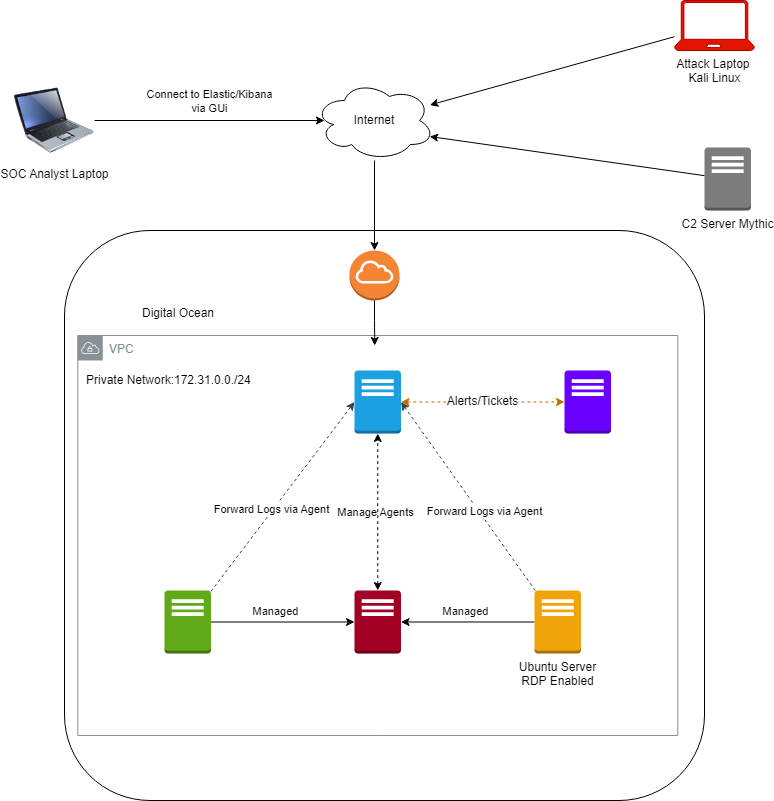
The draw.io diagram Day 1 - How to Create a Logical Diagram/30Day-SOC-Challenge-Diagram.png in layraz/30-Day-SOC-Analyst-Challenge, before a commit. Source tidied: cells renumbered, new cells last; positions are measured from the earlier drawing's top-left corner, leaving out a move shared by most shapes. Source of this version:
```xml
<mxGraphModel>
  <root>
    <mxCell id="0" />
    <mxCell id="1" parent="0" />
    <mxCell id="2" style="rounded=1;whiteSpace=wrap;html=1;" parent="1" vertex="1">
      <mxGeometry x="50" y="230" width="640" height="570" as="geometry" />
    </mxCell>
    <mxCell id="3" value="&lt;p&gt;Elastic and Kibana&lt;/p&gt;&lt;div&gt;&lt;br&gt;&lt;/div&gt;" style="outlineConnect=0;dashed=0;verticalLabelPosition=bottom;verticalAlign=top;align=center;html=1;shape=mxgraph.aws3.traditional_server;fillColor=#1ba1e2;fontColor=light-dark(#FFFFFF,#FFFFFF);strokeColor=#006EAF;" parent="1" vertex="1">
      <mxGeometry x="340" y="370" width="46.5" height="63" as="geometry" />
    </mxCell>
    <mxCell id="4" style="edgeStyle=orthogonalEdgeStyle;rounded=0;jettySize=auto;html=1;startArrow=classic;startFill=1;dashed=1;strokeColor=light-dark(#000000,#B3FF66);" parent="1" edge="1" source="6" target="3">
      <mxGeometry relative="1" as="geometry" />
    </mxCell>
    <mxCell id="5" value="Manage Agents&lt;div&gt;&lt;br&gt;&lt;/div&gt;" style="edgeLabel;html=1;align=center;verticalAlign=middle;labelBackgroundColor=none;" parent="4" vertex="1">
      <mxGeometry x="-0.09" y="-2" relative="1" as="geometry">
        <mxPoint x="-5" as="offset" />
      </mxGeometry>
    </mxCell>
    <mxCell id="6" value="Fleet Servers" style="outlineConnect=0;dashed=0;verticalLabelPosition=bottom;verticalAlign=top;align=center;html=1;shape=mxgraph.aws3.traditional_server;fillColor=#a20025;fontColor=light-dark(#FFFFFF,#FFFFFF);strokeColor=#6F0000;" parent="1" vertex="1">
      <mxGeometry x="340" y="590" width="46.5" height="63" as="geometry" />
    </mxCell>
    <mxCell id="7" style="rounded=0;jettySize=auto;html=1;entryX=1;entryY=0.5;entryDx=0;entryDy=0;entryPerimeter=0;dashed=1;fillColor=#647687;strokeColor=#314354;" parent="1" edge="1" source="10" target="3">
      <mxGeometry relative="1" as="geometry" />
    </mxCell>
    <mxCell id="8" style="edgeStyle=orthogonalEdgeStyle;rounded=0;jettySize=auto;html=1;exitX=0;exitY=0.5;exitDx=0;exitDy=0;exitPerimeter=0;" parent="1" edge="1" source="10" target="6">
      <mxGeometry relative="1" as="geometry" />
    </mxCell>
    <mxCell id="9" value="Managed" style="edgeLabel;html=1;align=center;verticalAlign=middle;" parent="8" vertex="1">
      <mxGeometry x="0.18" y="2" relative="1" as="geometry">
        <mxPoint x="9" y="-13" as="offset" />
      </mxGeometry>
    </mxCell>
    <mxCell id="10" value="Ubuntu Server&lt;br&gt;RDP Enabled&lt;div&gt;&lt;br&gt;&lt;/div&gt;" style="outlineConnect=0;dashed=0;verticalLabelPosition=bottom;verticalAlign=top;align=center;html=1;shape=mxgraph.aws3.traditional_server;fillColor=#f0a30a;fontColor=#000000;strokeColor=#BD7000;" parent="1" vertex="1">
      <mxGeometry x="520" y="590" width="46.5" height="63" as="geometry" />
    </mxCell>
    <mxCell id="11" style="edgeStyle=orthogonalEdgeStyle;rounded=0;jettySize=auto;html=1;" parent="1" edge="1" source="13" target="6">
      <mxGeometry relative="1" as="geometry" />
    </mxCell>
    <mxCell id="12" value="Managed" style="edgeLabel;html=1;align=center;verticalAlign=middle;" parent="11" vertex="1">
      <mxGeometry x="-0.25" y="-1" relative="1" as="geometry">
        <mxPoint x="10" y="-12" as="offset" />
      </mxGeometry>
    </mxCell>
    <mxCell id="13" value="Windows Server &lt;br&gt;RDP Enabled" style="outlineConnect=0;dashed=0;verticalLabelPosition=bottom;verticalAlign=top;align=center;html=1;shape=mxgraph.aws3.traditional_server;fillColor=#60a917;fontColor=light-dark(#FFFFFF,#FFFFFF);strokeColor=#2D7600;" parent="1" vertex="1">
      <mxGeometry x="150" y="590" width="46.5" height="63" as="geometry" />
    </mxCell>
    <mxCell id="14" value="C2 Server Mythic" style="outlineConnect=0;dashed=0;verticalLabelPosition=bottom;verticalAlign=top;align=center;html=1;shape=mxgraph.aws3.traditional_server;fillColor=light-dark(#7D7C7C,#CC0000);gradientColor=none;" parent="1" vertex="1">
      <mxGeometry x="690" y="147" width="46.5" height="63" as="geometry" />
    </mxCell>
    <mxCell id="15" value="Ticket Server" style="outlineConnect=0;dashed=0;verticalLabelPosition=bottom;verticalAlign=top;align=center;html=1;shape=mxgraph.aws3.traditional_server;fillColor=#6a00ff;fontColor=light-dark(#FFFFFF,#FFFFFF);strokeColor=#3700CC;labelBackgroundColor=none;labelBorderColor=none;textShadow=0;" parent="1" vertex="1">
      <mxGeometry x="550" y="370" width="46.5" height="63" as="geometry" />
    </mxCell>
    <mxCell id="16" value="Digital Ocean&lt;div&gt;&lt;br&gt;&lt;/div&gt;" style="text;html=1;whiteSpace=wrap;strokeColor=none;fillColor=none;align=center;verticalAlign=middle;rounded=0;" parent="1" vertex="1">
      <mxGeometry x="113.5" y="305" width="100" height="30" as="geometry" />
    </mxCell>
    <mxCell id="17" style="edgeStyle=orthogonalEdgeStyle;rounded=0;jettySize=auto;html=1;exitX=1;exitY=0.5;exitDx=0;exitDy=0;exitPerimeter=0;entryX=0;entryY=0.5;entryDx=0;entryDy=0;entryPerimeter=0;startArrow=classic;startFill=1;dashed=1;fillColor=#f0a30a;strokeColor=#BD7000;" parent="1" edge="1" source="3" target="15">
      <mxGeometry relative="1" as="geometry" />
    </mxCell>
    <mxCell id="18" value="Alerts/Tickets" style="edgeLabel;html=1;align=center;verticalAlign=middle;fontSize=12;" parent="17" vertex="1">
      <mxGeometry x="-0.01" y="2" relative="1" as="geometry">
        <mxPoint y="1" as="offset" />
      </mxGeometry>
    </mxCell>
    <mxCell id="19" style="rounded=0;jettySize=auto;html=1;entryX=0;entryY=0.5;entryDx=0;entryDy=0;entryPerimeter=0;dashed=1;fillColor=#647687;strokeColor=#314354;" parent="1" edge="1" source="13" target="3">
      <mxGeometry relative="1" as="geometry" />
    </mxCell>
    <mxCell id="20" value="Forward Logs via Agent" style="edgeLabel;html=1;align=center;verticalAlign=middle;" parent="19" vertex="1">
      <mxGeometry x="-0.14" y="1" relative="1" as="geometry">
        <mxPoint x="-1" as="offset" />
      </mxGeometry>
    </mxCell>
    <mxCell id="21" value="Forward Logs via Agent" style="edgeLabel;html=1;align=center;verticalAlign=middle;" parent="19" vertex="1">
      <mxGeometry x="-0.14" y="1" relative="1" as="geometry">
        <mxPoint x="212" y="2" as="offset" />
      </mxGeometry>
    </mxCell>
    <mxCell id="22" value="Private Network:172.31.0.0./24&amp;nbsp;" style="text;html=1;whiteSpace=wrap;strokeColor=none;fillColor=none;align=left;verticalAlign=middle;rounded=0;" parent="1" vertex="1">
      <mxGeometry x="70" y="360" width="190" height="40" as="geometry" />
    </mxCell>
    <mxCell id="23" value="Internet" style="ellipse;shape=cloud;whiteSpace=wrap;html=1;" parent="1" vertex="1">
      <mxGeometry x="300" y="80" width="120" height="80" as="geometry" />
    </mxCell>
    <mxCell id="24" style="outlineConnect=0;dashed=0;verticalLabelPosition=bottom;verticalAlign=top;align=center;html=1;shape=mxgraph.aws3.internet_gateway;fillColor=#F58534;gradientColor=none;" parent="1" vertex="1">
      <mxGeometry x="335" y="250" width="50" height="50" as="geometry" />
    </mxCell>
    <mxCell id="25" style="edgeStyle=orthogonalEdgeStyle;rounded=0;jettySize=auto;html=1;entryX=0.5;entryY=0;entryDx=0;entryDy=0;entryPerimeter=0;" parent="1" edge="1" source="23" target="24">
      <mxGeometry relative="1" as="geometry" />
    </mxCell>
    <mxCell id="26" value="SOC Analyst Laptop" style="image;html=1;image=img/lib/clip_art/computers/Laptop_128x128.png;" parent="1" vertex="1">
      <mxGeometry y="80" width="80" height="80" as="geometry" />
    </mxCell>
    <mxCell id="27" style="edgeStyle=orthogonalEdgeStyle;rounded=0;jettySize=auto;html=1;entryX=0.083;entryY=0.5;entryDx=0;entryDy=0;entryPerimeter=0;" parent="1" edge="1" source="26" target="23">
      <mxGeometry relative="1" as="geometry" />
    </mxCell>
    <mxCell id="28" value="Connect to Elastic/Kibana&lt;br&gt;via GUi" style="edgeLabel;html=1;align=center;verticalAlign=middle;labelBackgroundColor=none;" parent="27" vertex="1">
      <mxGeometry x="-0.18" y="-1" relative="1" as="geometry">
        <mxPoint x="20" y="-21" as="offset" />
      </mxGeometry>
    </mxCell>
    <mxCell id="29" style="rounded=0;jettySize=auto;html=1;entryX=0.96;entryY=0.7;entryDx=0;entryDy=0;entryPerimeter=0;" parent="1" edge="1" source="14" target="23">
      <mxGeometry relative="1" as="geometry" />
    </mxCell>
    <mxCell id="30" style="rounded=0;jettySize=auto;html=1;" parent="1" edge="1" source="31" target="23">
      <mxGeometry relative="1" as="geometry" />
    </mxCell>
    <mxCell id="31" value="Attack Laptop&amp;nbsp;&lt;br&gt;Kali Linux" style="verticalLabelPosition=bottom;html=1;verticalAlign=top;align=center;strokeColor=#B20000;fillColor=light-dark(#E51400,#FF3333);shape=mxgraph.azure.laptop;fontColor=light-dark(#000000,#FFFFFF);" parent="1" vertex="1">
      <mxGeometry x="660" width="80" height="50" as="geometry" />
    </mxCell>
    <mxCell id="32" value="VPC" style="sketch=0;outlineConnect=0;gradientColor=none;html=1;whiteSpace=wrap;fontSize=12;fontStyle=0;shape=mxgraph.aws4.group;grIcon=mxgraph.aws4.group_vpc;strokeColor=#879196;fillColor=none;verticalAlign=top;align=left;spacingLeft=30;fontColor=#879196;dashed=0;" parent="1" vertex="1">
      <mxGeometry x="63.2" y="335" width="600" height="400" as="geometry" />
    </mxCell>
    <mxCell id="33" style="edgeStyle=orthogonalEdgeStyle;rounded=0;jettySize=auto;html=1;entryX=0.495;entryY=0.025;entryDx=0;entryDy=0;entryPerimeter=0;" parent="1" edge="1" source="24" target="32">
      <mxGeometry relative="1" as="geometry" />
    </mxCell>
  </root>
</mxGraphModel>
```
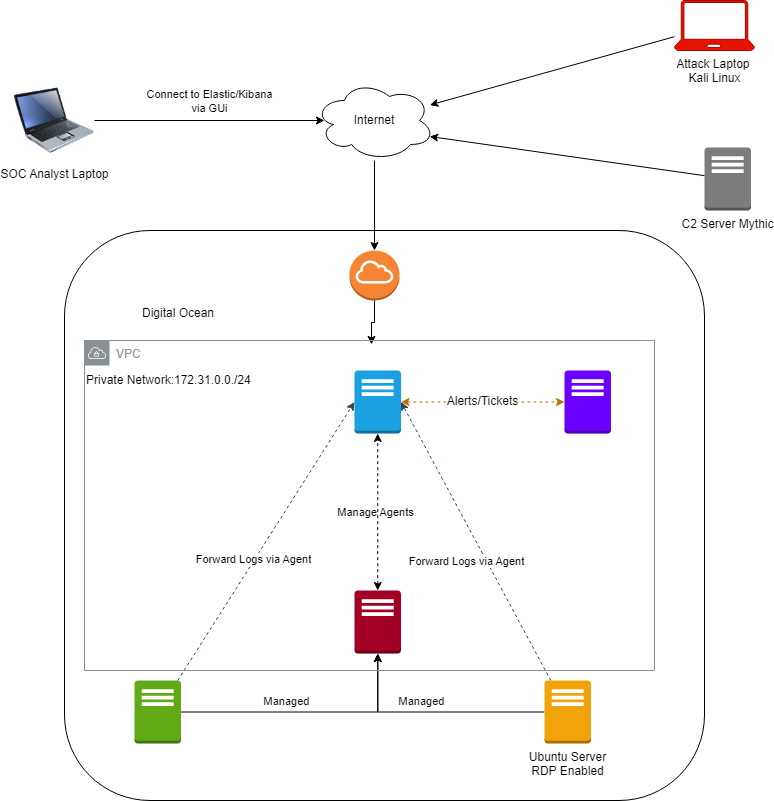
After the change.

Commit message:
Windows Server installed

The edit, as a diff of the source:
```diff
@@ -31,7 +31,7 @@
       </mxGeometry>
     </mxCell>
     <mxCell id="10" value="Ubuntu Server&lt;br&gt;RDP Enabled&lt;div&gt;&lt;br&gt;&lt;/div&gt;" style="outlineConnect=0;dashed=0;verticalLabelPosition=bottom;verticalAlign=top;align=center;html=1;shape=mxgraph.aws3.traditional_server;fillColor=#f0a30a;fontColor=#000000;strokeColor=#BD7000;" parent="1" vertex="1">
-      <mxGeometry x="520" y="590" width="46.5" height="63" as="geometry" />
+      <mxGeometry x="530" y="680" width="46.5" height="63" as="geometry" />
     </mxCell>
     <mxCell id="11" style="edgeStyle=orthogonalEdgeStyle;rounded=0;jettySize=auto;html=1;" parent="1" edge="1" source="13" target="6">
       <mxGeometry relative="1" as="geometry" />
@@ -42,7 +42,7 @@
       </mxGeometry>
     </mxCell>
     <mxCell id="13" value="Windows Server &lt;br&gt;RDP Enabled" style="outlineConnect=0;dashed=0;verticalLabelPosition=bottom;verticalAlign=top;align=center;html=1;shape=mxgraph.aws3.traditional_server;fillColor=#60a917;fontColor=light-dark(#FFFFFF,#FFFFFF);strokeColor=#2D7600;" parent="1" vertex="1">
-      <mxGeometry x="150" y="590" width="46.5" height="63" as="geometry" />
+      <mxGeometry x="120" y="680" width="46.5" height="63" as="geometry" />
     </mxCell>
     <mxCell id="14" value="C2 Server Mythic" style="outlineConnect=0;dashed=0;verticalLabelPosition=bottom;verticalAlign=top;align=center;html=1;shape=mxgraph.aws3.traditional_server;fillColor=light-dark(#7D7C7C,#CC0000);gradientColor=none;" parent="1" vertex="1">
       <mxGeometry x="690" y="147" width="46.5" height="63" as="geometry" />
@@ -106,11 +106,13 @@
     <mxCell id="31" value="Attack Laptop&amp;nbsp;&lt;br&gt;Kali Linux" style="verticalLabelPosition=bottom;html=1;verticalAlign=top;align=center;strokeColor=#B20000;fillColor=light-dark(#E51400,#FF3333);shape=mxgraph.azure.laptop;fontColor=light-dark(#000000,#FFFFFF);" parent="1" vertex="1">
       <mxGeometry x="660" width="80" height="50" as="geometry" />
     </mxCell>
+    <mxCell id="33" style="edgeStyle=orthogonalEdgeStyle;rounded=0;jettySize=auto;html=1;entryX=0.495;entryY=0.025;entryDx=0;entryDy=0;entryPerimeter=0;" parent="1" edge="1" source="24">
+      <mxGeometry relative="1" as="geometry">
+        <mxPoint x="357" y="343.9" as="targetPoint" />
+      </mxGeometry>
+    </mxCell>
     <mxCell id="32" value="VPC" style="sketch=0;outlineConnect=0;gradientColor=none;html=1;whiteSpace=wrap;fontSize=12;fontStyle=0;shape=mxgraph.aws4.group;grIcon=mxgraph.aws4.group_vpc;strokeColor=#879196;fillColor=none;verticalAlign=top;align=left;spacingLeft=30;fontColor=#879196;dashed=0;" parent="1" vertex="1">
-      <mxGeometry x="63.2" y="335" width="600" height="400" as="geometry" />
+      <mxGeometry x="70" y="340" width="570" height="330" as="geometry" />
     </mxCell>
-    <mxCell id="33" style="edgeStyle=orthogonalEdgeStyle;rounded=0;jettySize=auto;html=1;entryX=0.495;entryY=0.025;entryDx=0;entryDy=0;entryPerimeter=0;" parent="1" edge="1" source="24" target="32">
-      <mxGeometry relative="1" as="geometry" />
-    </mxCell>
   </root>
 </mxGraphModel>
```
